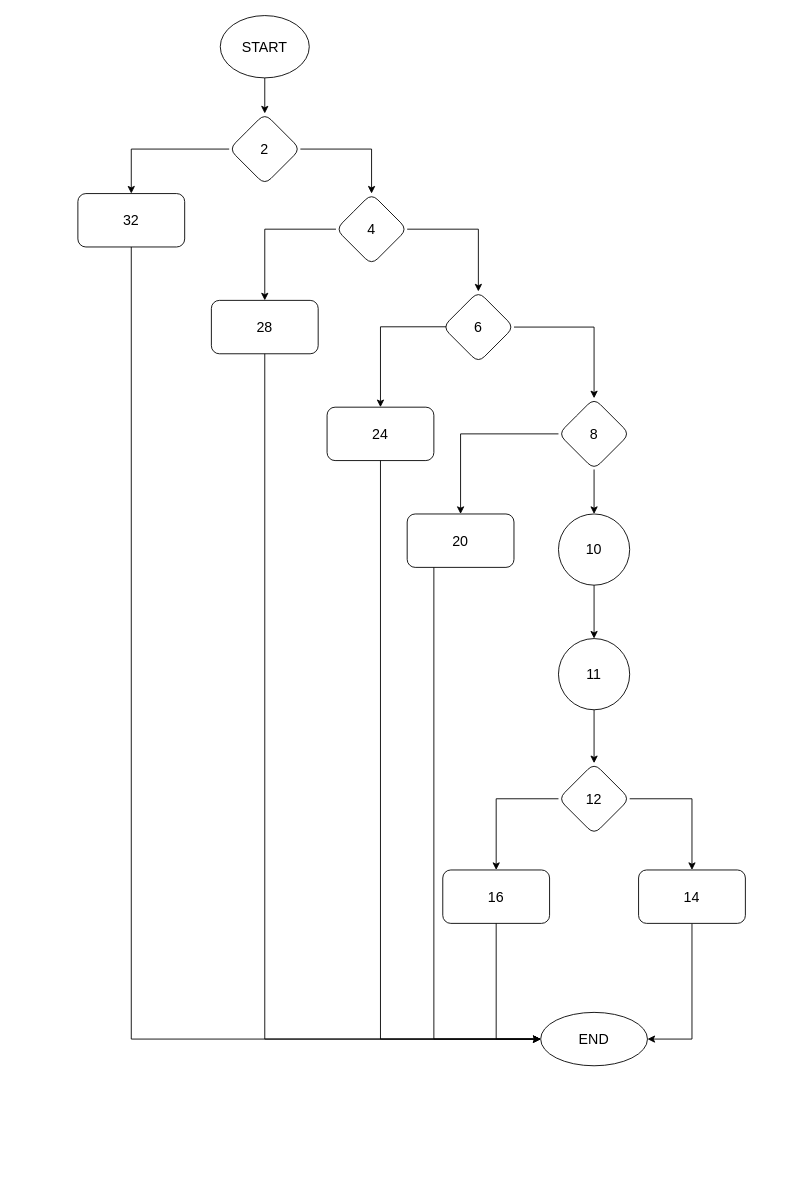
gunadermawan/skripsi keeps this draw.io diagram as flowchart/whiteBox-presensi.drawio. Above is the earlier version. Source tidied: cells renumbered, new cells numbered last; positions are measured from the earlier drawing's top-left corner, leaving out a move shared by most shapes. Both pictures are drawn from the tidied source at 89%, with x=0, y=0 at pixel (77, 15).
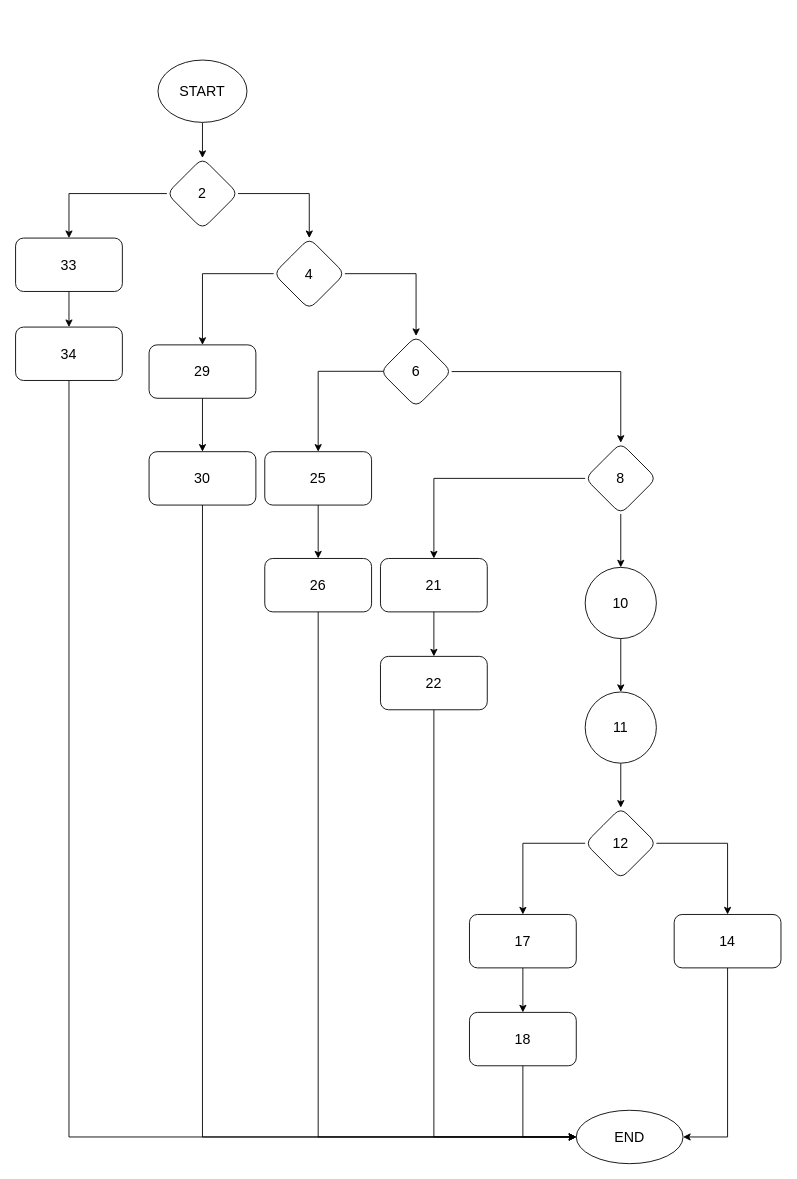
The same diagram, later.

Diff of the diagram source:
```diff
@@
     <mxCell id="5" value="2" style="rhombus;whiteSpace=wrap;html=1;fontSize=16;rounded=1;" parent="1" vertex="1">
-      <mxGeometry x="170" y="110" width="80" height="80" as="geometry" />
+      <mxGeometry x="100" y="160" width="80" height="80" as="geometry" />
     </mxCell>
-    <mxCell id="6" value="32" style="whiteSpace=wrap;html=1;fontSize=16;rounded=1;" parent="1" vertex="1">
-      <mxGeometry y="200" width="120" height="60" as="geometry" />
+    <mxCell id="6" value="33" style="whiteSpace=wrap;html=1;fontSize=16;rounded=1;" parent="1" vertex="1">
+      <mxGeometry x="-70" y="250" width="120" height="60" as="geometry" />
     </mxCell>
@@
-    <mxCell id="8" value="28" style="whiteSpace=wrap;html=1;fontSize=16;rounded=1;" parent="1" vertex="1">
-      <mxGeometry x="150" y="320" width="120" height="60" as="geometry" />
+    <mxCell id="8" value="29" style="whiteSpace=wrap;html=1;fontSize=16;rounded=1;" parent="1" vertex="1">
+      <mxGeometry x="80" y="370" width="120" height="60" as="geometry" />
     </mxCell>
@@
-    <mxCell id="10" value="24" style="whiteSpace=wrap;html=1;fontSize=16;rounded=1;" parent="1" vertex="1">
-      <mxGeometry x="280" y="440" width="120" height="60" as="geometry" />
+    <mxCell id="10" value="25" style="whiteSpace=wrap;html=1;fontSize=16;rounded=1;" parent="1" vertex="1">
+      <mxGeometry x="210" y="490" width="120" height="60" as="geometry" />
     </mxCell>
@@
     <mxCell id="12" value="4" style="rhombus;whiteSpace=wrap;html=1;fontSize=16;rounded=1;" parent="1" vertex="1">
-      <mxGeometry x="290" y="200" width="80" height="80" as="geometry" />
+      <mxGeometry x="220" y="250" width="80" height="80" as="geometry" />
     </mxCell>
@@
     <mxCell id="14" value="6" style="rhombus;whiteSpace=wrap;html=1;fontSize=16;rounded=1;" parent="1" vertex="1">
-      <mxGeometry x="410" y="310" width="80" height="80" as="geometry" />
+      <mxGeometry x="340" y="360" width="80" height="80" as="geometry" />
     </mxCell>
@@
     <mxCell id="16" value="8" style="rhombus;whiteSpace=wrap;html=1;fontSize=16;rounded=1;" parent="1" vertex="1">
-      <mxGeometry x="540" y="430" width="80" height="80" as="geometry" />
+      <mxGeometry x="570" y="480" width="80" height="80" as="geometry" />
     </mxCell>
     <mxCell id="17" value="10" style="ellipse;whiteSpace=wrap;html=1;fontSize=16;" parent="1" vertex="1">
-      <mxGeometry x="540" y="560" width="80" height="80" as="geometry" />
+      <mxGeometry x="570" y="620" width="80" height="80" as="geometry" />
     </mxCell>
@@
     <mxCell id="20" value="11" style="ellipse;whiteSpace=wrap;html=1;fontSize=16;" parent="1" vertex="1">
-      <mxGeometry x="540" y="700" width="80" height="80" as="geometry" />
+      <mxGeometry x="570" y="760" width="80" height="80" as="geometry" />
     </mxCell>
@@
     <mxCell id="24" value="12" style="rhombus;whiteSpace=wrap;html=1;fontSize=16;rounded=1;" parent="1" vertex="1">
-      <mxGeometry x="540" y="840" width="80" height="80" as="geometry" />
+      <mxGeometry x="570" y="890" width="80" height="80" as="geometry" />
     </mxCell>
@@
     <mxCell id="26" value="14" style="whiteSpace=wrap;html=1;fontSize=16;rounded=1;" parent="1" vertex="1">
-      <mxGeometry x="630" y="960" width="120" height="60" as="geometry" />
+      <mxGeometry x="670" y="1010" width="120" height="60" as="geometry" />
     </mxCell>
-    <mxCell id="27" value="20" style="whiteSpace=wrap;html=1;fontSize=16;rounded=1;" parent="1" vertex="1">
-      <mxGeometry x="370" y="560" width="120" height="60" as="geometry" />
+    <mxCell id="27" value="21" style="whiteSpace=wrap;html=1;fontSize=16;rounded=1;" parent="1" vertex="1">
+      <mxGeometry x="340" y="610" width="120" height="60" as="geometry" />
     </mxCell>
-    <mxCell id="28" value="16" style="whiteSpace=wrap;html=1;fontSize=16;rounded=1;" parent="1" vertex="1">
-      <mxGeometry x="410" y="960" width="120" height="60" as="geometry" />
+    <mxCell id="28" value="17" style="whiteSpace=wrap;html=1;fontSize=16;rounded=1;" parent="1" vertex="1">
+      <mxGeometry x="440" y="1010" width="120" height="60" as="geometry" />
     </mxCell>
     <mxCell id="29" value="START" style="ellipse;whiteSpace=wrap;html=1;fontSize=16;" parent="1" vertex="1">
-      <mxGeometry x="160" width="100" height="70" as="geometry" />
+      <mxGeometry x="90" y="50" width="100" height="70" as="geometry" />
     </mxCell>
     <mxCell id="30" value="END" style="ellipse;whiteSpace=wrap;html=1;fontSize=16;rounded=1;" parent="1" vertex="1">
-      <mxGeometry x="520" y="1120" width="120" height="60" as="geometry" />
+      <mxGeometry x="560" y="1230" width="120" height="60" as="geometry" />
     </mxCell>
-    <mxCell id="31" style="endArrow=classic;html=1;rounded=0;fontSize=16;exitX=0.5;exitY=1;exitDx=0;exitDy=0;entryX=0;entryY=0.5;entryDx=0;entryDy=0;" parent="1" edge="1" source="28" target="30">
-      <mxGeometry relative="1" as="geometry">
-        <Array as="points">
-          <mxPoint x="470" y="1150" />
-        </Array>
-      </mxGeometry>
-    </mxCell>
-    <mxCell id="32" style="endArrow=classic;html=1;rounded=0;fontSize=16;exitX=0.5;exitY=1;exitDx=0;exitDy=0;entryX=0;entryY=0.5;entryDx=0;entryDy=0;" parent="1" edge="1" source="6" target="30">
+    <mxCell id="32" style="endArrow=classic;html=1;rounded=0;fontSize=16;exitX=0.5;exitY=1;exitDx=0;exitDy=0;entryX=0;entryY=0.5;entryDx=0;entryDy=0;" parent="1" edge="1" source="36" target="30">
       <mxGeometry relative="1" as="geometry">
         <Array as="points">
-          <mxPoint x="60" y="1150" />
+          <mxPoint x="-10" y="1260" />
         </Array>
       </mxGeometry>
     </mxCell>
-    <mxCell id="33" style="endArrow=classic;html=1;rounded=0;fontSize=16;exitX=0.5;exitY=1;exitDx=0;exitDy=0;entryX=0;entryY=0.5;entryDx=0;entryDy=0;" parent="1" edge="1" source="8" target="30">
+    <mxCell id="33" style="endArrow=classic;html=1;rounded=0;fontSize=16;exitX=0.5;exitY=1;exitDx=0;exitDy=0;entryX=0;entryY=0.5;entryDx=0;entryDy=0;" parent="1" edge="1" source="38" target="30">
       <mxGeometry relative="1" as="geometry">
         <Array as="points">
-          <mxPoint x="210" y="1150" />
+          <mxPoint x="140" y="1260" />
         </Array>
       </mxGeometry>
     </mxCell>
-    <mxCell id="34" style="endArrow=classic;html=1;rounded=0;fontSize=16;exitX=0.5;exitY=1;exitDx=0;exitDy=0;" parent="1" edge="1" source="10">
+    <mxCell id="34" style="endArrow=classic;html=1;rounded=0;fontSize=16;exitX=0.5;exitY=1;exitDx=0;exitDy=0;entryX=0;entryY=0.5;entryDx=0;entryDy=0;" parent="1" edge="1" source="40" target="30">
       <mxGeometry relative="1" as="geometry">
-        <mxPoint x="520" y="1150" as="targetPoint" />
         <Array as="points">
-          <mxPoint x="340" y="1150" />
+          <mxPoint x="270" y="1260" />
         </Array>
       </mxGeometry>
     </mxCell>
-    <mxCell id="35" style="endArrow=classic;html=1;rounded=0;fontSize=16;exitX=0.25;exitY=1;exitDx=0;exitDy=0;entryX=0;entryY=0.5;entryDx=0;entryDy=0;" parent="1" edge="1" source="27" target="30">
-      <mxGeometry relative="1" as="geometry">
-        <Array as="points">
-          <mxPoint x="400" y="1150" />
-        </Array>
-      </mxGeometry>
-    </mxCell>
+    <mxCell id="36" value="34" style="whiteSpace=wrap;html=1;fontSize=16;rounded=1;" parent="1" vertex="1">
+      <mxGeometry x="-70" y="350" width="120" height="60" as="geometry" />
+    </mxCell>
+    <mxCell id="37" style="endArrow=classic;html=1;rounded=0;exitX=0.5;exitY=1;exitDx=0;exitDy=0;entryX=0.5;entryY=0;entryDx=0;entryDy=0;" parent="1" edge="1" source="6" target="36">
+      <mxGeometry relative="1" as="geometry" />
+    </mxCell>
+    <mxCell id="38" value="30" style="whiteSpace=wrap;html=1;fontSize=16;rounded=1;" parent="1" vertex="1">
+      <mxGeometry x="80" y="490" width="120" height="60" as="geometry" />
+    </mxCell>
+    <mxCell id="39" style="endArrow=classic;html=1;rounded=0;exitX=0.5;exitY=1;exitDx=0;exitDy=0;entryX=0.5;entryY=0;entryDx=0;entryDy=0;" parent="1" edge="1" source="8" target="38">
+      <mxGeometry relative="1" as="geometry" />
+    </mxCell>
+    <mxCell id="40" value="26" style="whiteSpace=wrap;html=1;fontSize=16;rounded=1;" parent="1" vertex="1">
+      <mxGeometry x="210" y="610" width="120" height="60" as="geometry" />
+    </mxCell>
+    <mxCell id="41" style="endArrow=classic;html=1;rounded=0;exitX=0.5;exitY=1;exitDx=0;exitDy=0;entryX=0.5;entryY=0;entryDx=0;entryDy=0;" parent="1" edge="1" source="10" target="40">
+      <mxGeometry relative="1" as="geometry" />
+    </mxCell>
+    <mxCell id="42" value="22" style="whiteSpace=wrap;html=1;fontSize=16;rounded=1;" parent="1" vertex="1">
+      <mxGeometry x="340" y="720" width="120" height="60" as="geometry" />
+    </mxCell>
+    <mxCell id="43" style="endArrow=classic;html=1;rounded=0;exitX=0.5;exitY=1;exitDx=0;exitDy=0;entryX=0.5;entryY=0;entryDx=0;entryDy=0;" parent="1" edge="1" source="27" target="42">
+      <mxGeometry relative="1" as="geometry" />
+    </mxCell>
+    <mxCell id="44" style="endArrow=classic;html=1;rounded=0;exitX=0.5;exitY=1;exitDx=0;exitDy=0;entryX=0;entryY=0.5;entryDx=0;entryDy=0;" parent="1" edge="1" source="42" target="30">
+      <mxGeometry relative="1" as="geometry">
+        <Array as="points">
+          <mxPoint x="400" y="1260" />
+        </Array>
+      </mxGeometry>
+    </mxCell>
+    <mxCell id="45" value="18" style="whiteSpace=wrap;html=1;fontSize=16;rounded=1;" parent="1" vertex="1">
+      <mxGeometry x="440" y="1120" width="120" height="60" as="geometry" />
+    </mxCell>
+    <mxCell id="46" style="endArrow=classic;html=1;rounded=0;exitX=0.5;exitY=1;exitDx=0;exitDy=0;" parent="1" edge="1" source="28" target="45">
+      <mxGeometry relative="1" as="geometry" />
+    </mxCell>
+    <mxCell id="47" style="endArrow=classic;html=1;rounded=0;exitX=0.5;exitY=1;exitDx=0;exitDy=0;entryX=0;entryY=0.5;entryDx=0;entryDy=0;" parent="1" edge="1" source="45" target="30">
+      <mxGeometry relative="1" as="geometry">
+        <Array as="points">
+          <mxPoint x="500" y="1260" />
+        </Array>
+      </mxGeometry>
+    </mxCell>
```
